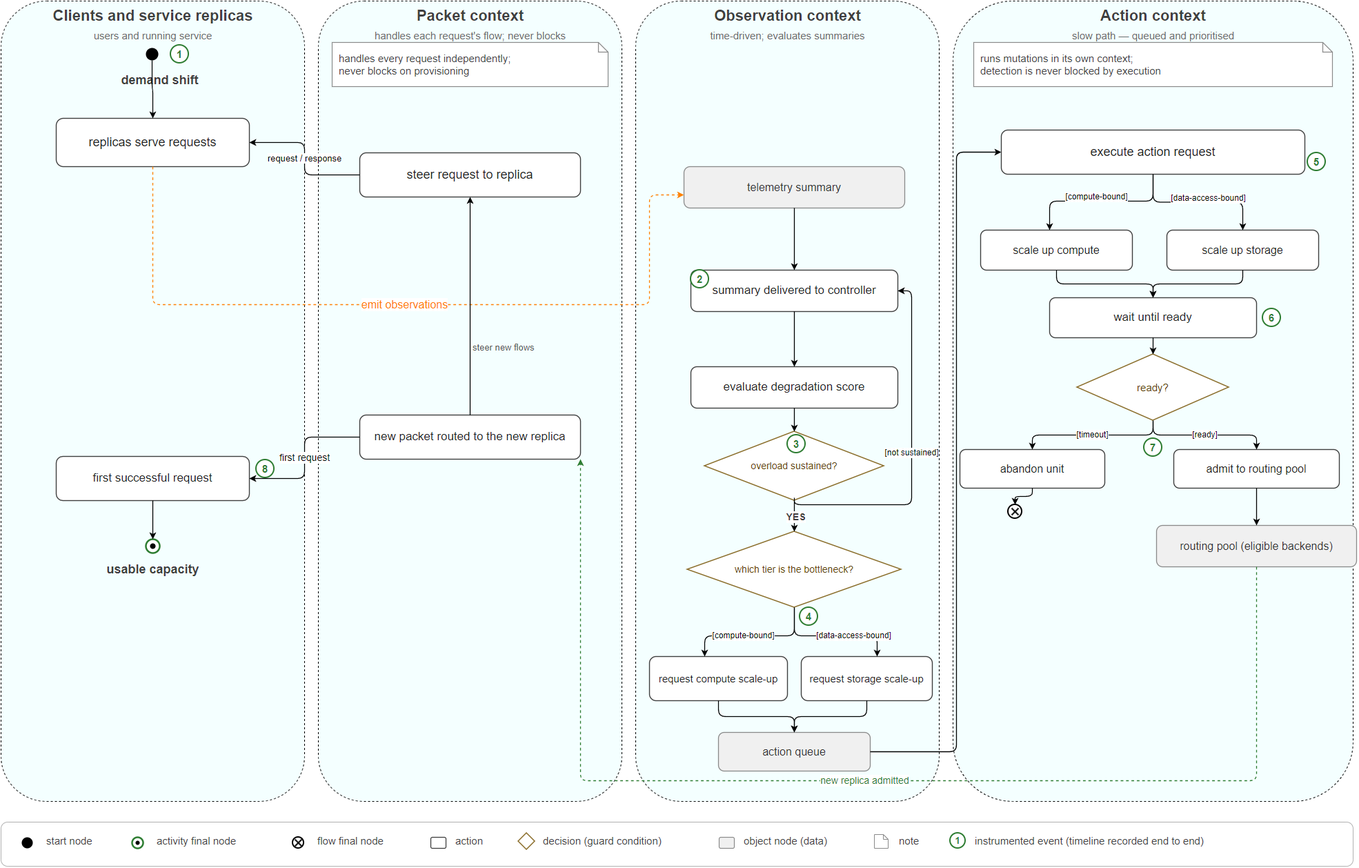
Earlier version of the draw.io export tese/images/src/control_workflow.drawio.png (poioe20p/efficient-storage-in-edge-scenarios). Source tidied: cells renumbered, new cells last; positions are measured from the earlier drawing's top-left corner, leaving out a move shared by most shapes.
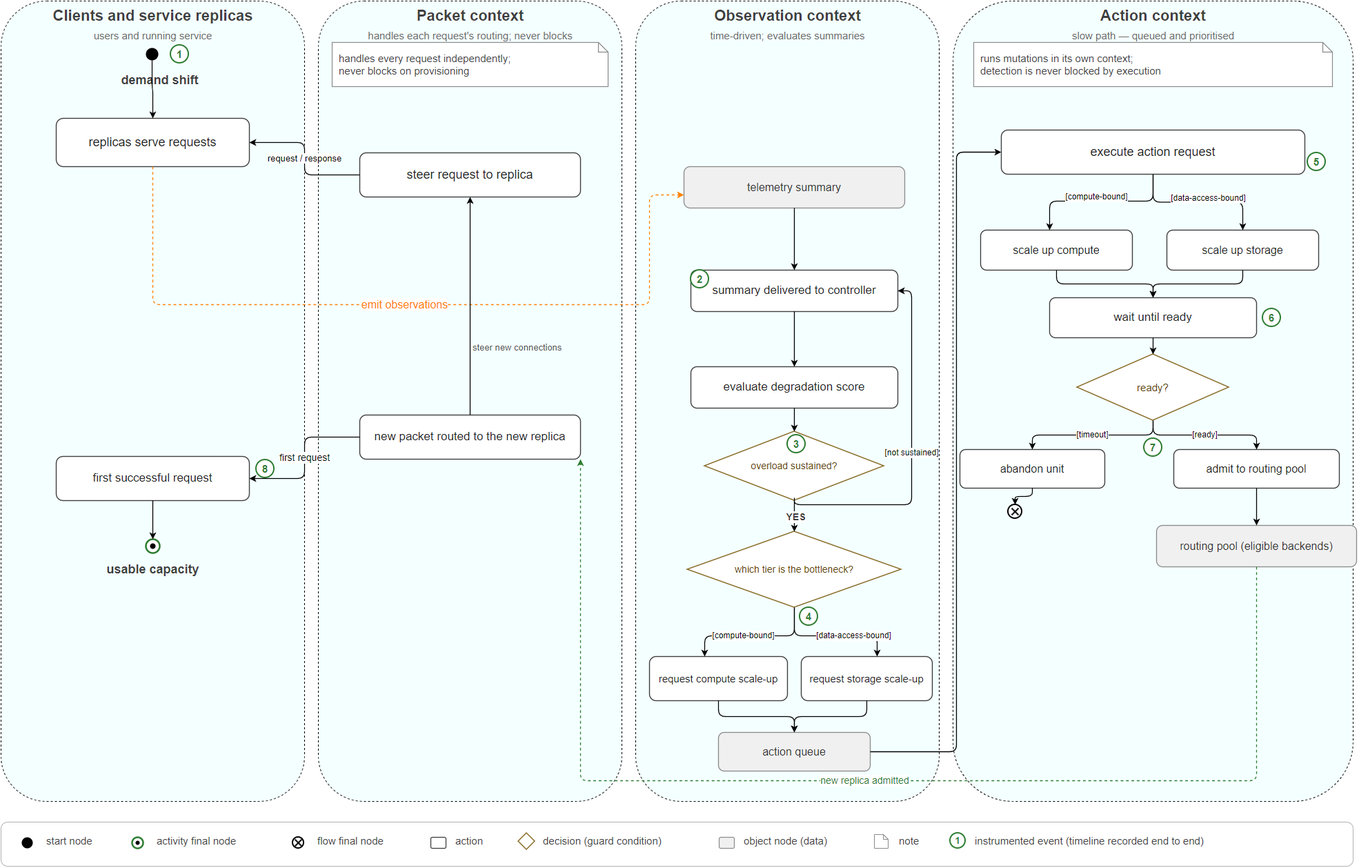
Above is the later version.

The edit, as a diff of the source:
```diff
@@ -17,7 +17,7 @@
     <mxCell id="6" value="Packet context" style="text;html=1;align=center;verticalAlign=middle;fontFamily=Helvetica;fontSize=22;fontStyle=1;fontColor=#3F3F3F;" parent="1" vertex="1">
       <mxGeometry x="460" y="8" width="440" height="28" as="geometry" />
     </mxCell>
-    <mxCell id="7" value="handles each request's flow; never blocks" style="text;html=1;align=center;verticalAlign=middle;fontFamily=Helvetica;fontSize=15;fontColor=#6B6B6B;" parent="1" vertex="1">
+    <mxCell id="7" value="handles each request's routing; never blocks" style="text;html=1;align=center;verticalAlign=middle;fontFamily=Helvetica;fontSize=15;fontColor=#6B6B6B;" parent="1" vertex="1">
       <mxGeometry x="460" y="38" width="440" height="24" as="geometry" />
     </mxCell>
     <mxCell id="8" style="rounded=1;whiteSpace=wrap;html=1;dashed=1;fillColor=#F4FFFF;genre=process;fontFamily=Helvetica;fontSize=18;" parent="1" vertex="1">
@@ -101,7 +101,7 @@
     <mxCell id="32" style="edgeStyle=orthogonalEdgeStyle;rounded=1;html=1;endArrow=classic;startArrow=none;strokeColor=#000000;strokeWidth=1.3;fontFamily=Helvetica;fontSize=13;fontColor=#000000;labelBackgroundColor=#FFFFFF;" parent="1" edge="1" source="31" target="27">
       <mxGeometry relative="1" as="geometry" />
     </mxCell>
-    <mxCell id="33" value="steer new flows" style="text;html=1;align=left;verticalAlign=middle;fontFamily=Helvetica;fontSize=13;fontColor=#555555;" parent="1" vertex="1">
+    <mxCell id="33" value="steer new connections" style="text;html=1;align=left;verticalAlign=middle;fontFamily=Helvetica;fontSize=13;fontColor=#555555;" parent="1" vertex="1">
       <mxGeometry x="682" y="490" width="160" height="24" as="geometry" />
     </mxCell>
     <mxCell id="34" value="first request" style="edgeStyle=orthogonalEdgeStyle;rounded=1;html=1;endArrow=classic;startArrow=none;strokeColor=#000000;strokeWidth=1.3;fontFamily=Helvetica;fontSize=14;fontColor=#000000;labelBackgroundColor=#FFFFFF;" parent="1" edge="1" source="31" target="18">
```
